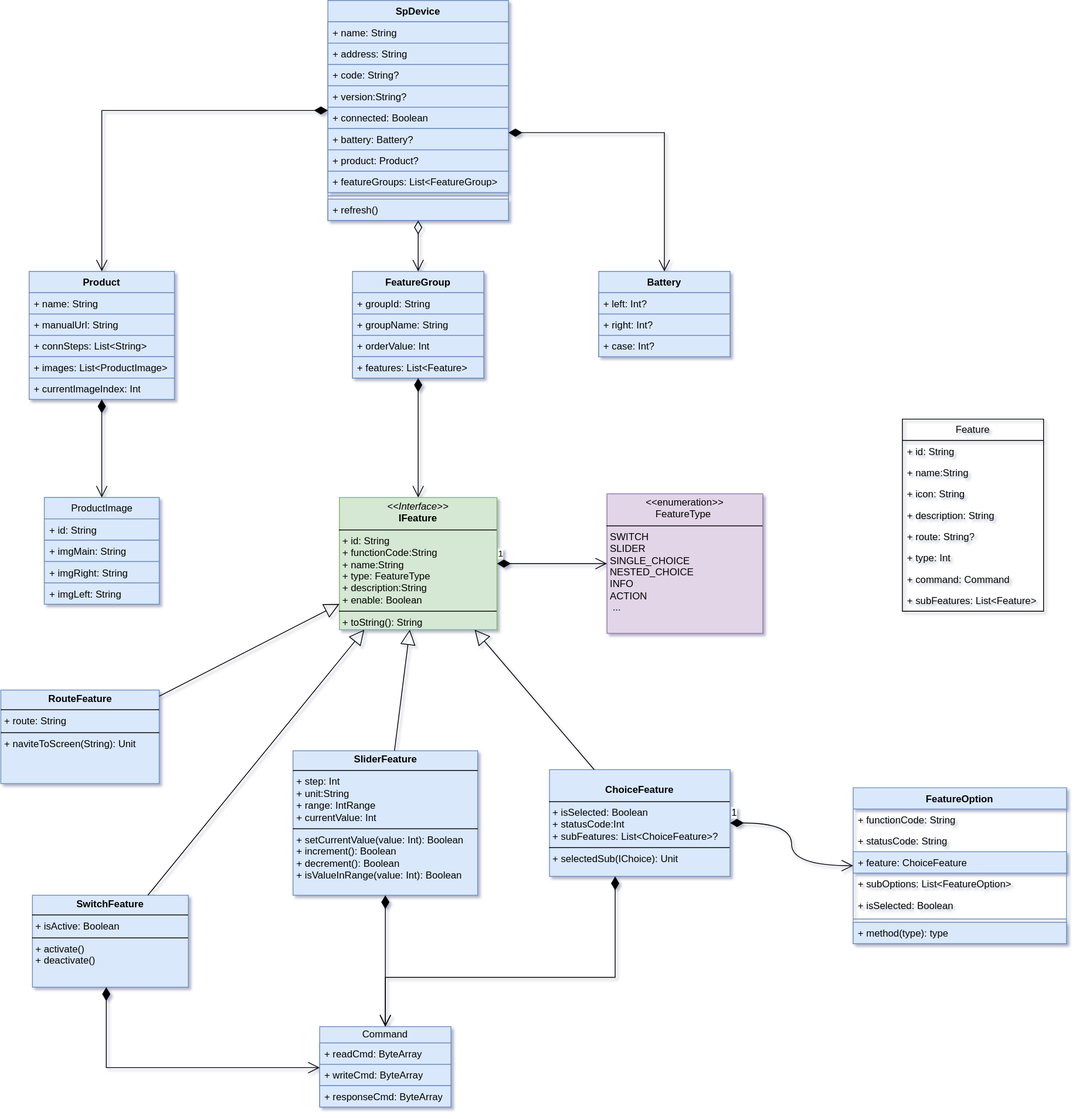
Before: sp-device.drawio.svg, a diagram exported from draw.io (kekemao00/draw-libs). Source tidied: cells renumbered, new cells last; positions are measured from the earlier drawing's top-left corner, leaving out a move shared by most shapes.
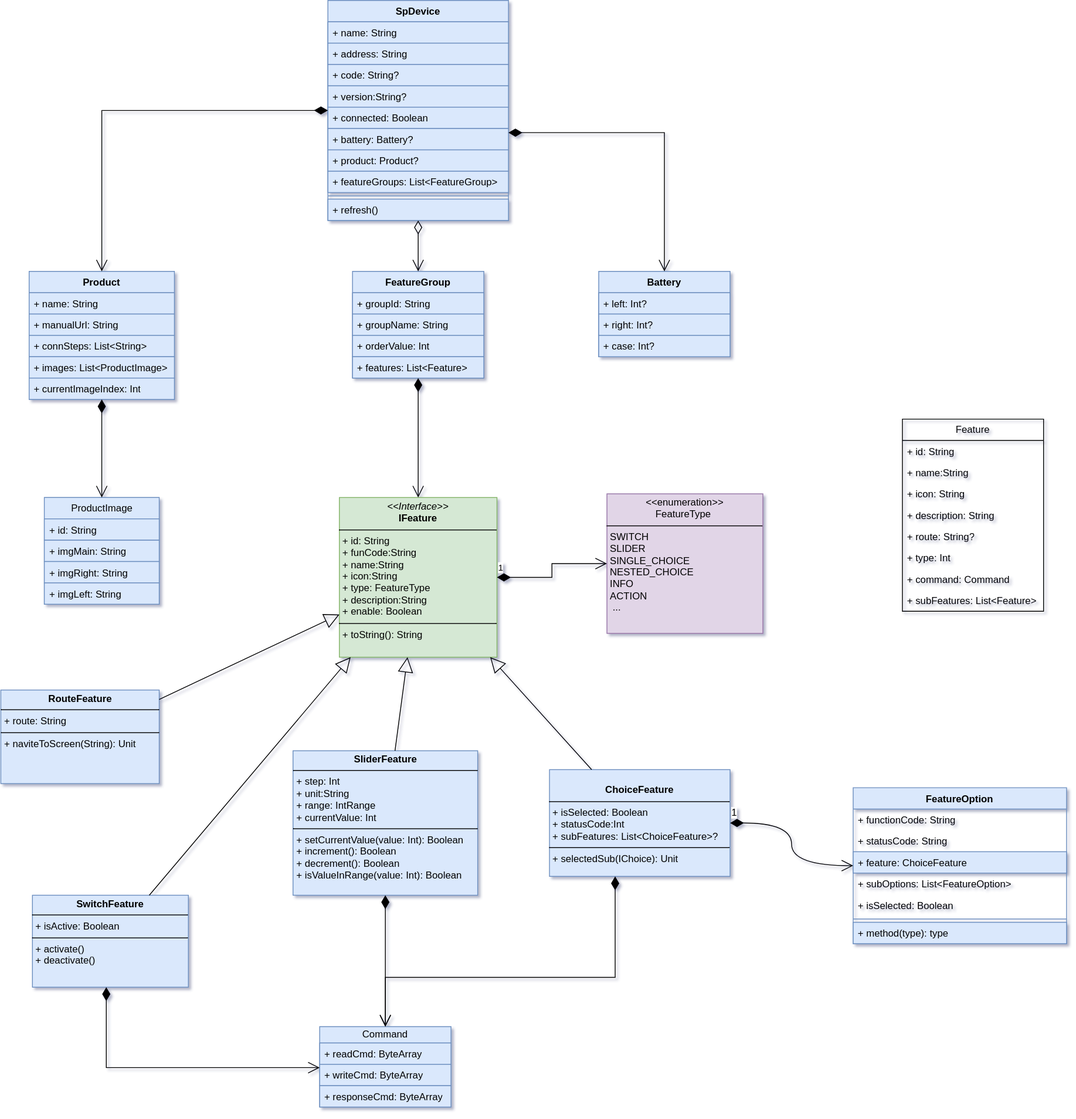
Above is the later version.

What changed in the source:
```diff
@@ -134,8 +134,8 @@
     <mxCell id="45" value="+ responseCmd: ByteArray" style="text;strokeColor=#6c8ebf;fillColor=#dae8fc;align=left;verticalAlign=top;spacingLeft=4;spacingRight=4;overflow=hidden;whiteSpace=wrap;html=1;" parent="42" vertex="1">
       <mxGeometry y="72" width="160" height="26" as="geometry" />
     </mxCell>
-    <mxCell id="46" value="&lt;p style=&quot;margin:0px;margin-top:4px;text-align:center;&quot;&gt;&lt;i&gt;&amp;lt;&amp;lt;Interface&amp;gt;&amp;gt;&lt;/i&gt;&lt;br&gt;&lt;b&gt;IFeature&lt;/b&gt;&lt;/p&gt;&lt;hr size=&quot;1&quot; style=&quot;border-style:solid;&quot;&gt;&lt;p style=&quot;margin:0px;margin-left:4px;&quot;&gt;+ id: String&lt;br&gt;+ functionCode:String&lt;br&gt;+ name:String&lt;br&gt;+ type:&amp;nbsp;&lt;span style=&quot;text-align: center;&quot;&gt;FeatureType&amp;nbsp;&lt;/span&gt;&lt;br&gt;+ description:String&lt;br&gt;+&amp;nbsp;enable: Boolean&lt;/p&gt;&lt;hr size=&quot;1&quot; style=&quot;border-style:solid;&quot;&gt;&lt;p style=&quot;margin:0px;margin-left:4px;&quot;&gt;+ toString(): String&lt;br&gt;&lt;/p&gt;" style="verticalAlign=top;align=left;overflow=fill;html=1;whiteSpace=wrap;fillColor=#d5e8d4;strokeColor=#82b366;" parent="1" vertex="1">
-      <mxGeometry x="412" y="605.5" width="192" height="161" as="geometry" />
+    <mxCell id="46" value="&lt;p style=&quot;margin:0px;margin-top:4px;text-align:center;&quot;&gt;&lt;i&gt;&amp;lt;&amp;lt;Interface&amp;gt;&amp;gt;&lt;/i&gt;&lt;br&gt;&lt;b&gt;IFeature&lt;/b&gt;&lt;/p&gt;&lt;hr size=&quot;1&quot; style=&quot;border-style:solid;&quot;&gt;&lt;p style=&quot;margin:0px;margin-left:4px;&quot;&gt;+ id: String&lt;br&gt;+ funCode:String&lt;br&gt;+ name:String&lt;br&gt;+ icon:String&lt;br&gt;+ type:&amp;nbsp;&lt;span style=&quot;text-align: center;&quot;&gt;FeatureType&amp;nbsp;&lt;/span&gt;&lt;br&gt;+ description:String&lt;br&gt;+&amp;nbsp;enable: Boolean&lt;/p&gt;&lt;hr size=&quot;1&quot; style=&quot;border-style:solid;&quot;&gt;&lt;p style=&quot;margin:0px;margin-left:4px;&quot;&gt;+ toString(): String&lt;br&gt;&lt;/p&gt;" style="verticalAlign=top;align=left;overflow=fill;html=1;whiteSpace=wrap;fillColor=#d5e8d4;strokeColor=#82b366;" parent="1" vertex="1">
+      <mxGeometry x="412" y="605.5" width="192" height="194.5" as="geometry" />
     </mxCell>
     <mxCell id="47" value="&lt;p style=&quot;margin:0px;margin-top:4px;text-align:center;&quot;&gt;&lt;b&gt;RouteFeature&lt;/b&gt;&lt;/p&gt;&lt;hr size=&quot;1&quot; style=&quot;border-style:solid;&quot;&gt;&lt;p style=&quot;margin:0px;margin-left:4px;&quot;&gt;+ route: String&lt;/p&gt;&lt;hr size=&quot;1&quot; style=&quot;border-style:solid;&quot;&gt;&lt;p style=&quot;margin:0px;margin-left:4px;&quot;&gt;+ naviteToScreen(String): Unit&lt;br&gt;&lt;/p&gt;" style="verticalAlign=top;align=left;overflow=fill;html=1;whiteSpace=wrap;fillColor=#dae8fc;strokeColor=#6c8ebf;" parent="1" vertex="1">
       <mxGeometry x="-0.5" y="840" width="193" height="114" as="geometry" />
```
